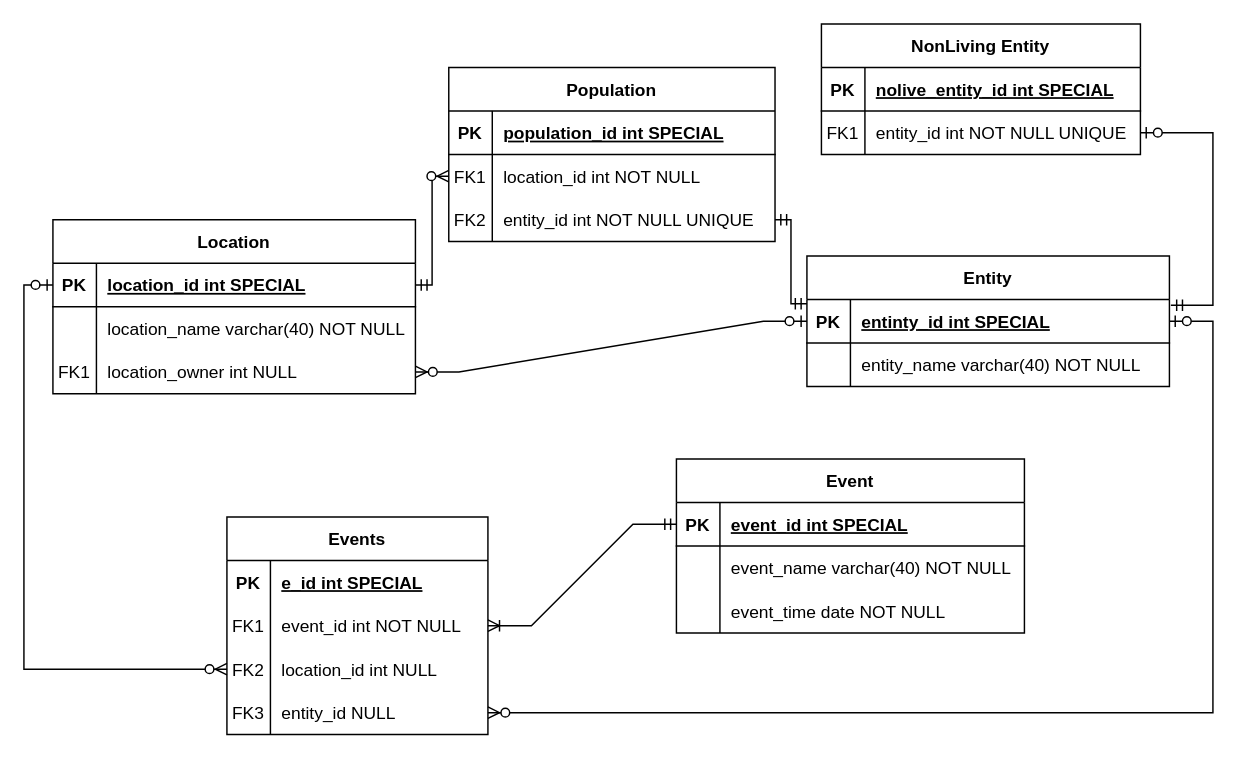
Zerumi/bd1_180223_367837 keeps this draw.io diagram as datalogical_model.drawio. Above is the earlier version. Source tidied: cells renumbered, new cells numbered last; positions are measured from the earlier drawing's top-left corner, leaving out a move shared by most shapes. Both pictures are drawn from the tidied source at 145%, with x=0, y=0 at pixel (23, 23).
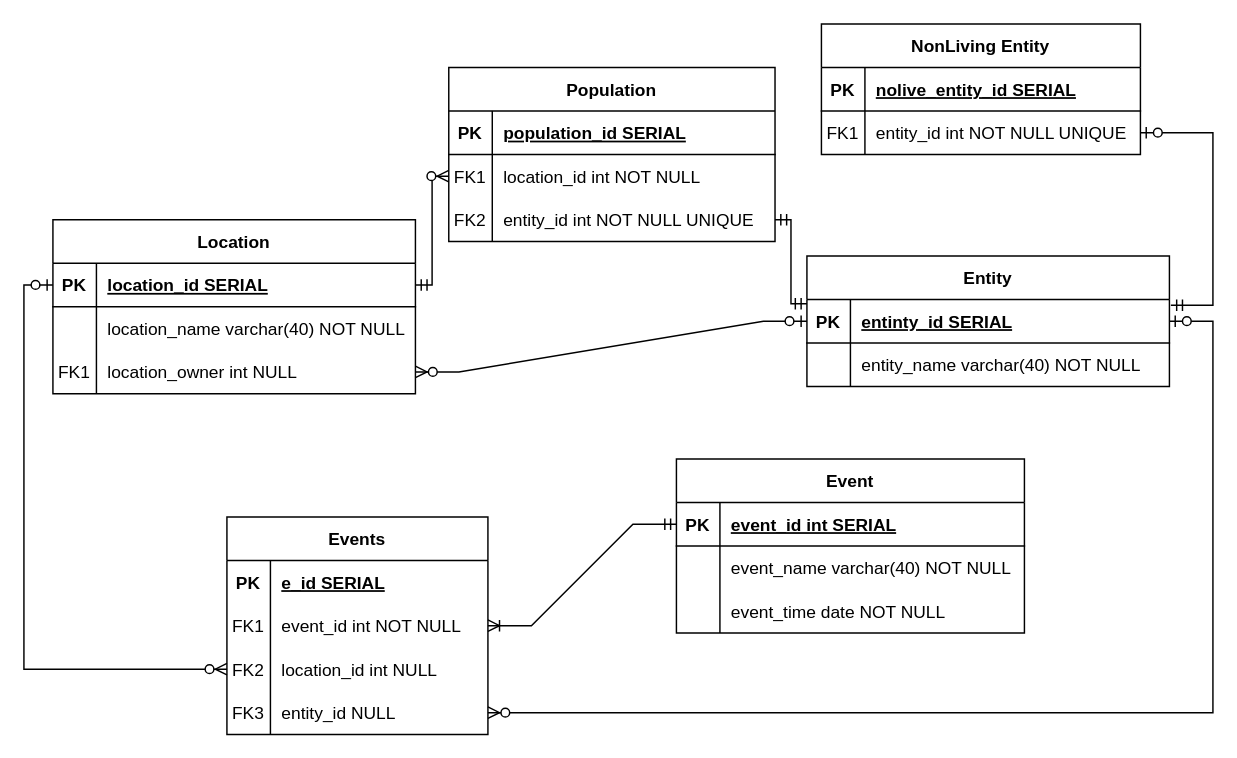
Above is the later version.

Commit message:
data types fixed

Unchanged cells that the change refers to:
```xml
<mxCell id="3" style="shape=partialRectangle;fillColor=none;points=[[0,0.5],[1,0.5]];portConstraint=eastwest;top=0;left=0;right=0;bottom=1;" parent="2" vertex="1">
  <mxGeometry y="30" width="250" height="30" as="geometry" />
</mxCell>
<mxCell id="10" style="shape=partialRectangle;top=0;left=0;right=0;bottom=1;fillColor=none;perimeterSpacing=1;" parent="9" vertex="1">
  <mxGeometry y="30" width="225" height="30" as="geometry" />
</mxCell>
<mxCell id="20" style="shape=partialRectangle;fillColor=none;points=[[0,0.5],[1,0.5]];portConstraint=eastwest;top=0;left=0;right=0;bottom=1;" parent="19" vertex="1">
  <mxGeometry y="30" width="250" height="30" as="geometry" />
</mxCell>
<mxCell id="30" style="shape=tableRow;horizontal=0;startSize=0;swimlaneHead=0;swimlaneBody=0;fillColor=none;top=0;left=0;right=0;bottom=0;fontStyle=1;" parent="29" vertex="1">
  <mxGeometry y="30" width="180" height="30" as="geometry" />
</mxCell>
<mxCell id="43" style="shape=tableRow;horizontal=0;startSize=0;swimlaneHead=0;swimlaneBody=0;fillColor=none;points=[[0,0.5],[1,0.5]];portConstraint=eastwest;top=0;left=0;right=0;bottom=1;" parent="42" vertex="1">
  <mxGeometry y="30" width="240" height="30" as="geometry" />
</mxCell>
<mxCell id="59" style="shape=tableRow;horizontal=0;startSize=0;swimlaneHead=0;swimlaneBody=0;fillColor=none;top=0;left=0;right=0;bottom=1;strokeColor=default;" parent="58" vertex="1">
  <mxGeometry y="30" width="220" height="30" as="geometry" />
</mxCell>
```

The edit, as a diff of the source:
```diff
@@
-    <mxCell id="5" value="entinty_id int SPECIAL" style="shape=partialRectangle;overflow=hidden;fillColor=none;top=0;left=0;bottom=0;right=0;align=left;spacingLeft=6;fontStyle=5;" parent="3" vertex="1">
+    <mxCell id="5" value="entinty_id SERIAL" style="shape=partialRectangle;overflow=hidden;fillColor=none;top=0;left=0;bottom=0;right=0;align=left;spacingLeft=6;fontStyle=5;" parent="3" vertex="1">
       <mxGeometry x="30" width="220" height="30" as="geometry" />
     </mxCell>
@@
-    <mxCell id="12" value="population_id int SPECIAL" style="shape=partialRectangle;overflow=hidden;fillColor=none;top=0;left=0;bottom=0;right=0;align=left;spacingLeft=6;perimeterSpacing=1;fontStyle=5;" parent="10" vertex="1">
+    <mxCell id="12" value="population_id SERIAL" style="shape=partialRectangle;overflow=hidden;fillColor=none;top=0;left=0;bottom=0;right=0;align=left;spacingLeft=6;perimeterSpacing=1;fontStyle=5;" parent="10" vertex="1">
       <mxGeometry x="30" width="195" height="30" as="geometry" />
     </mxCell>
@@
-    <mxCell id="22" value="location_id int SPECIAL" style="shape=partialRectangle;overflow=hidden;fillColor=none;top=0;left=0;bottom=0;right=0;align=left;spacingLeft=6;fontStyle=5;" parent="20" vertex="1">
+    <mxCell id="22" value="location_id SERIAL" style="shape=partialRectangle;overflow=hidden;fillColor=none;top=0;left=0;bottom=0;right=0;align=left;spacingLeft=6;fontStyle=5;" parent="20" vertex="1">
       <mxGeometry x="30" width="220" height="30" as="geometry" />
     </mxCell>
@@
-    <mxCell id="32" value="e_id int SPECIAL" style="shape=partialRectangle;fillColor=none;top=0;left=0;bottom=0;right=0;align=left;spacingLeft=6;overflow=hidden;fontStyle=5;" parent="30" vertex="1">
+    <mxCell id="32" value="e_id SERIAL" style="shape=partialRectangle;fillColor=none;top=0;left=0;bottom=0;right=0;align=left;spacingLeft=6;overflow=hidden;fontStyle=5;" parent="30" vertex="1">
       <mxGeometry x="30" width="150" height="30" as="geometry" />
     </mxCell>
@@
-    <mxCell id="45" value="event_id int SPECIAL" style="shape=partialRectangle;fillColor=none;top=0;left=0;bottom=0;right=0;align=left;spacingLeft=6;fontStyle=5;overflow=hidden;" parent="43" vertex="1">
+    <mxCell id="45" value="event_id int SERIAL" style="shape=partialRectangle;fillColor=none;top=0;left=0;bottom=0;right=0;align=left;spacingLeft=6;fontStyle=5;overflow=hidden;" parent="43" vertex="1">
       <mxGeometry x="30" width="210" height="30" as="geometry" />
     </mxCell>
@@
-    <mxCell id="61" value="nolive_entity_id int SPECIAL" style="shape=partialRectangle;fillColor=none;top=0;left=0;bottom=0;right=0;align=left;spacingLeft=6;fontStyle=5;overflow=hidden;strokeColor=default;" parent="59" vertex="1">
+    <mxCell id="61" value="nolive_entity_id SERIAL" style="shape=partialRectangle;fillColor=none;top=0;left=0;bottom=0;right=0;align=left;spacingLeft=6;fontStyle=5;overflow=hidden;strokeColor=default;" parent="59" vertex="1">
       <mxGeometry x="30" width="190" height="30" as="geometry" />
     </mxCell>
```
